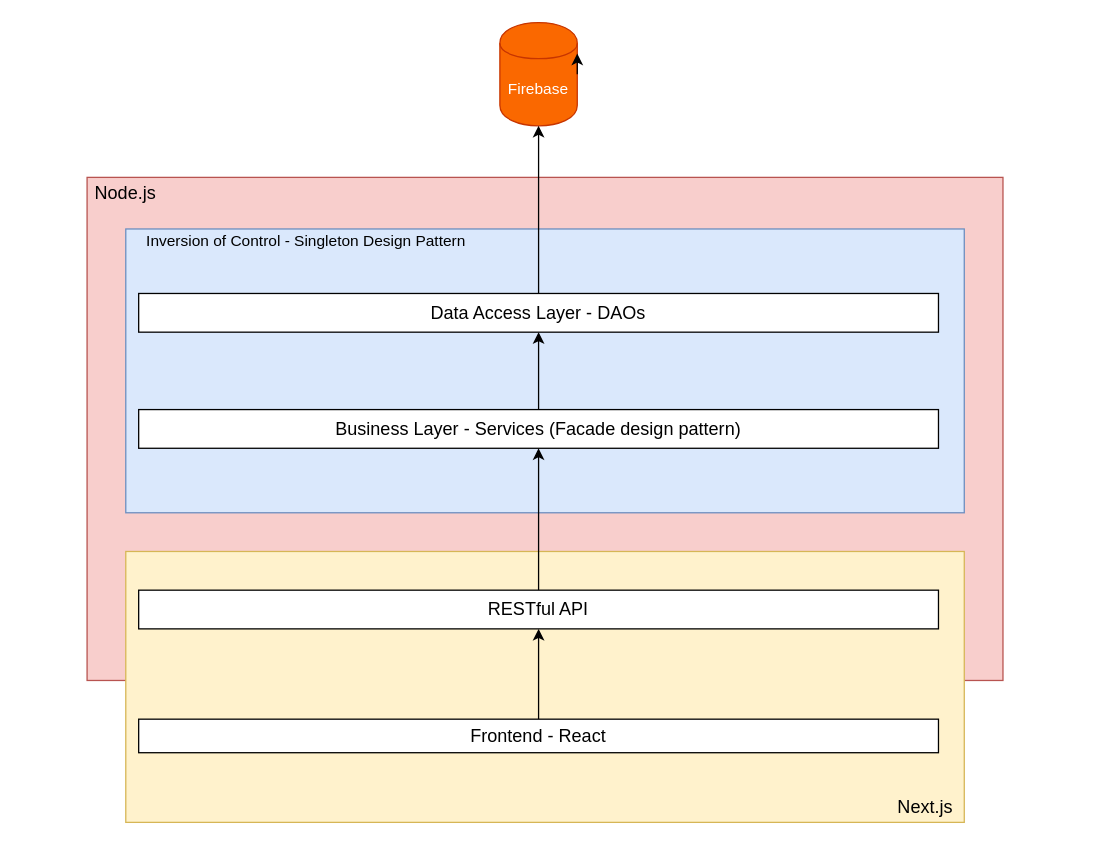
This is page "architecture" (1 of 3) of bluedit/docs/architecture.drawio from uuganbold/algorithm_js, a draw.io file, before an edit. Source tidied: cells renumbered, new cells numbered last; positions are measured from the earlier drawing's top-left corner, leaving out a move shared by most shapes. Both pictures are drawn from the tidied source at 129%, with x=0, y=0 at pixel (86, 22).
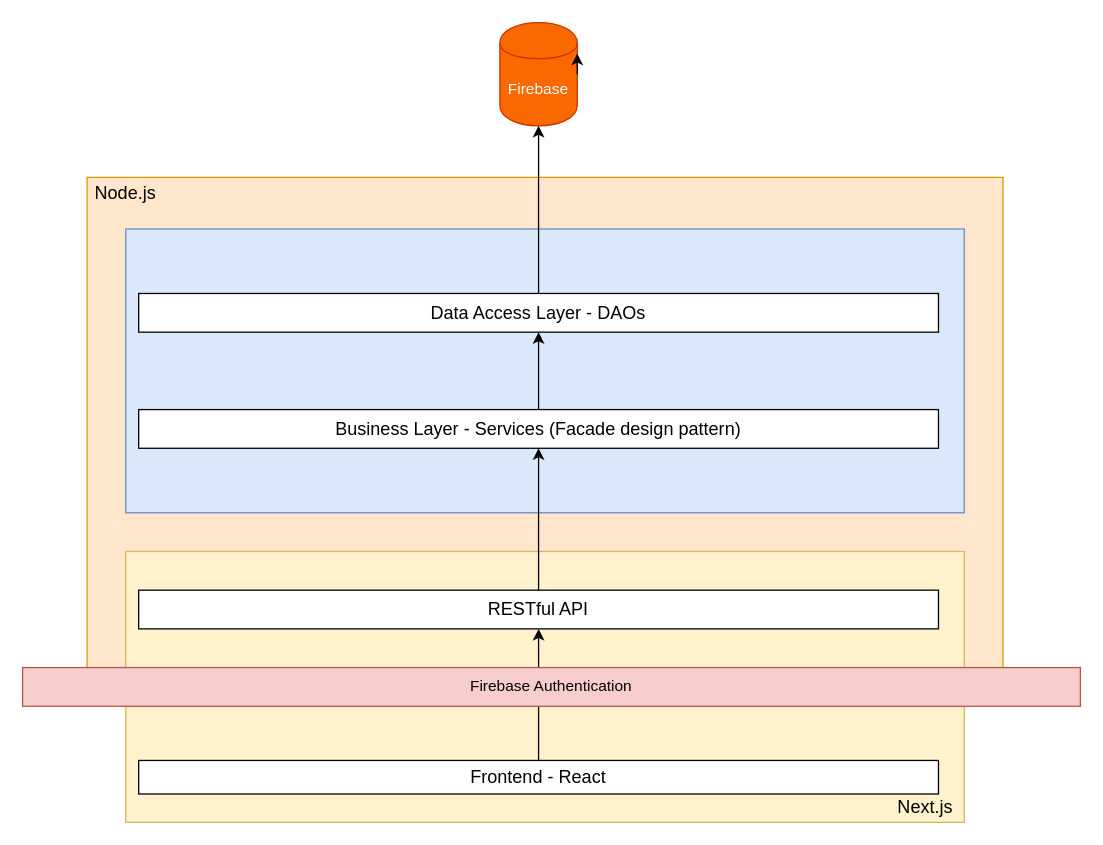
The same diagram, later.

What changed in the source:
```diff
@@
 <mxGraphModel>
   <root>
     <mxCell id="0" />
     <mxCell id="1" parent="0" />
-    <mxCell id="2" style="rounded=0;whiteSpace=wrap;html=1;fillColor=#f8cecc;strokeColor=#b85450;" parent="1" vertex="1">
+    <mxCell id="2" style="rounded=0;whiteSpace=wrap;html=1;fillColor=#ffe6cc;strokeColor=#d79b00;" parent="1" vertex="1">
       <mxGeometry y="120" width="710" height="390" as="geometry" />
     </mxCell>
     <mxCell id="3" style="rounded=0;whiteSpace=wrap;html=1;fillColor=#fff2cc;strokeColor=#d6b656;" parent="1" vertex="1">
       <mxGeometry x="30" y="410" width="650" height="210" as="geometry" />
     </mxCell>
     <mxCell id="4" style="rounded=0;whiteSpace=wrap;html=1;fillColor=#dae8fc;strokeColor=#6c8ebf;" parent="1" vertex="1">
       <mxGeometry x="30" y="160" width="650" height="220" as="geometry" />
     </mxCell>
     <mxCell id="5" value="Firebase" style="shape=cylinder;whiteSpace=wrap;html=1;boundedLbl=1;backgroundOutline=1;fillColor=#fa6800;strokeColor=#C73500;fontColor=#ffffff;" parent="1" vertex="1">
       <mxGeometry x="320" width="60" height="80" as="geometry" />
     </mxCell>
     <mxCell id="6" style="edgeStyle=orthogonalEdgeStyle;rounded=0;jettySize=auto;html=1;" parent="1" edge="1" source="7" target="5">
       <mxGeometry relative="1" as="geometry" />
     </mxCell>
     <mxCell id="7" value="&lt;font style=&quot;font-size: 14px&quot;&gt;Data Access Layer - DAOs&lt;/font&gt;" style="rounded=0;whiteSpace=wrap;html=1;" parent="1" vertex="1">
       <mxGeometry x="40" y="210" width="620" height="30" as="geometry" />
     </mxCell>
     <mxCell id="8" style="edgeStyle=orthogonalEdgeStyle;rounded=0;jettySize=auto;html=1;exitX=0.5;exitY=0;exitDx=0;exitDy=0;entryX=0.5;entryY=1;entryDx=0;entryDy=0;" parent="1" edge="1" source="9" target="7">
       <mxGeometry relative="1" as="geometry" />
     </mxCell>
     <mxCell id="9" value="&lt;font style=&quot;font-size: 14px&quot;&gt;Business Layer - Services (Facade design pattern)&lt;/font&gt;" style="rounded=0;whiteSpace=wrap;html=1;" parent="1" vertex="1">
       <mxGeometry x="40" y="300" width="620" height="30" as="geometry" />
     </mxCell>
     <mxCell id="10" style="edgeStyle=orthogonalEdgeStyle;rounded=0;jettySize=auto;html=1;exitX=0.5;exitY=0;exitDx=0;exitDy=0;" parent="1" edge="1" source="11" target="9">
       <mxGeometry relative="1" as="geometry" />
     </mxCell>
     <mxCell id="11" value="&lt;font style=&quot;font-size: 14px&quot;&gt;RESTful API&lt;/font&gt;" style="rounded=0;whiteSpace=wrap;html=1;" parent="1" vertex="1">
       <mxGeometry x="40" y="440" width="620" height="30" as="geometry" />
     </mxCell>
     <mxCell id="12" style="edgeStyle=orthogonalEdgeStyle;rounded=0;jettySize=auto;html=1;exitX=0.5;exitY=0;exitDx=0;exitDy=0;entryX=0.5;entryY=1;entryDx=0;entryDy=0;" parent="1" edge="1" source="13" target="11">
       <mxGeometry relative="1" as="geometry" />
     </mxCell>
     <mxCell id="13" value="&lt;font style=&quot;font-size: 14px&quot;&gt;Frontend - React&lt;/font&gt;" style="rounded=0;whiteSpace=wrap;html=1;" parent="1" vertex="1">
-      <mxGeometry x="40" y="540" width="620" height="26" as="geometry" />
+      <mxGeometry x="40" y="572" width="620" height="26" as="geometry" />
     </mxCell>
-    <mxCell id="14" value="Inversion of Control - Singleton Design Pattern" style="text;html=1;strokeColor=none;fillColor=none;align=center;verticalAlign=middle;whiteSpace=wrap;rounded=0;" parent="1" vertex="1">
-      <mxGeometry x="40" y="160" width="260" height="20" as="geometry" />
-    </mxCell>
     <mxCell id="15" value="&lt;font style=&quot;font-size: 14px&quot;&gt;Next.js&lt;/font&gt;" style="text;html=1;strokeColor=none;fillColor=none;align=center;verticalAlign=middle;whiteSpace=wrap;rounded=0;" parent="1" vertex="1">
       <mxGeometry x="630" y="598" width="40" height="20" as="geometry" />
     </mxCell>
     <mxCell id="16" style="edgeStyle=orthogonalEdgeStyle;rounded=0;orthogonalLoop=1;jettySize=auto;html=1;exitX=1;exitY=0.5;exitDx=0;exitDy=0;entryX=1;entryY=0.3;entryDx=0;entryDy=0;" parent="1" edge="1" source="5" target="5">
       <mxGeometry relative="1" as="geometry" />
     </mxCell>
     <mxCell id="17" value="&lt;font style=&quot;font-size: 14px&quot;&gt;Node.js&lt;/font&gt;" style="text;html=1;strokeColor=none;fillColor=none;align=center;verticalAlign=middle;whiteSpace=wrap;rounded=0;" parent="1" vertex="1">
       <mxGeometry x="10" y="122" width="40" height="20" as="geometry" />
     </mxCell>
+    <mxCell id="18" value="Firebase Authentication" style="rounded=0;whiteSpace=wrap;html=1;fillColor=#f8cecc;strokeColor=#b85450;" parent="1" vertex="1">
+      <mxGeometry x="-50" y="500" width="820" height="30" as="geometry" />
+    </mxCell>
   </root>
 </mxGraphModel>
```
